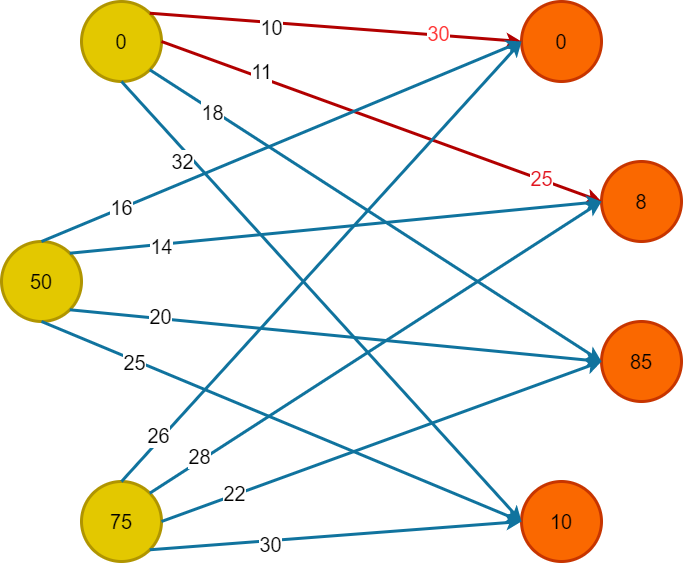
Before: Диаграмма без названия.drawio.png, a diagram exported from draw.io (Che10vec/temp). Source tidied: cells renumbered, new cells last; positions are measured from the earlier drawing's top-left corner, leaving out a move shared by most shapes.
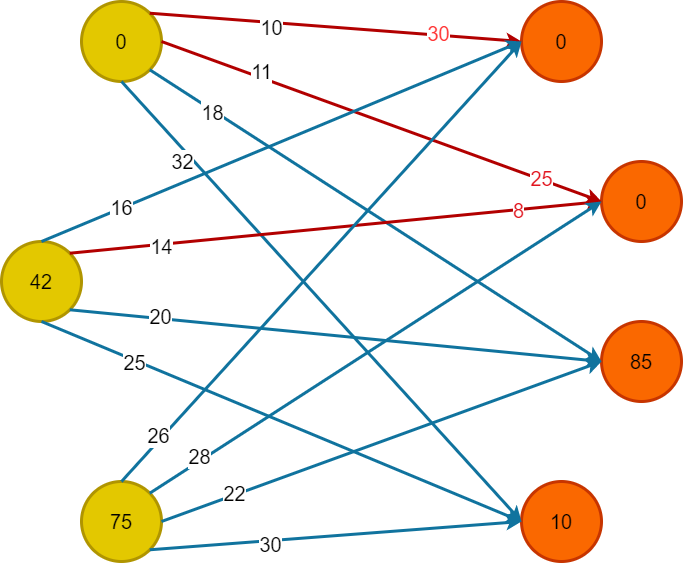
After the commit.

The edit, as a diff of the source:
```diff
@@ -8,10 +8,10 @@
     <mxCell id="3" value="0" style="ellipse;whiteSpace=wrap;html=1;strokeWidth=3;fillColor=#fa6800;strokeColor=#C73500;fontColor=#000000;fontSize=20;" parent="1" vertex="1">
       <mxGeometry x="520" width="80" height="80" as="geometry" />
     </mxCell>
-    <mxCell id="4" value="50" style="ellipse;whiteSpace=wrap;html=1;fillColor=#e3c800;strokeColor=#B09500;strokeWidth=3;fontColor=#000000;fontSize=20;" parent="1" vertex="1">
+    <mxCell id="4" value="42" style="ellipse;whiteSpace=wrap;html=1;fillColor=#e3c800;strokeColor=#B09500;strokeWidth=3;fontColor=#000000;fontSize=20;" parent="1" vertex="1">
       <mxGeometry y="240" width="80" height="80" as="geometry" />
     </mxCell>
-    <mxCell id="5" value="8" style="ellipse;whiteSpace=wrap;html=1;strokeWidth=3;fillColor=#fa6800;strokeColor=#C73500;fontColor=#000000;fontSize=20;" parent="1" vertex="1">
+    <mxCell id="5" value="0" style="ellipse;whiteSpace=wrap;html=1;strokeWidth=3;fillColor=#fa6800;strokeColor=#C73500;fontColor=#000000;fontSize=20;" parent="1" vertex="1">
       <mxGeometry x="600" y="160" width="80" height="80" as="geometry" />
     </mxCell>
     <mxCell id="6" value="85" style="ellipse;whiteSpace=wrap;html=1;strokeWidth=3;fillColor=#fa6800;strokeColor=#C73500;fontColor=#000000;fontSize=20;" parent="1" vertex="1">
@@ -83,12 +83,15 @@
         <mxPoint y="-1" as="offset" />
       </mxGeometry>
     </mxCell>
-    <mxCell id="25" style="endArrow=classic;html=1;rounded=0;exitX=1;exitY=0;exitDx=0;exitDy=0;fillColor=#b1ddf0;strokeColor=#10739e;strokeWidth=3;entryX=0;entryY=0.5;entryDx=0;entryDy=0;fontSize=20;" parent="1" edge="1" source="4" target="5">
+    <mxCell id="25" style="endArrow=classic;html=1;rounded=0;exitX=1;exitY=0;exitDx=0;exitDy=0;fillColor=#e51400;strokeColor=#B20000;strokeWidth=3;entryX=0;entryY=0.5;entryDx=0;entryDy=0;fontSize=20;" parent="1" edge="1" source="4" target="5">
       <mxGeometry relative="1" as="geometry" />
     </mxCell>
     <mxCell id="26" value="14" style="edgeLabel;html=1;align=center;verticalAlign=middle;fontSize=20;" parent="25" vertex="1">
       <mxGeometry x="-0.66" y="-2" relative="1" as="geometry" />
     </mxCell>
+    <mxCell id="35" value="8" style="edgeLabel;html=1;align=center;verticalAlign=middle;fontSize=20;fontColor=#e1141e;" parent="25" vertex="1">
+      <mxGeometry x="0.68" relative="1" as="geometry" />
+    </mxCell>
     <mxCell id="27" style="endArrow=classic;html=1;rounded=0;exitX=1;exitY=1;exitDx=0;exitDy=0;entryX=0;entryY=0.5;entryDx=0;entryDy=0;fillColor=#b1ddf0;strokeColor=#10739e;strokeWidth=3;fontSize=20;" parent="1" edge="1" source="4" target="6">
       <mxGeometry relative="1" as="geometry" />
     </mxCell>
```
